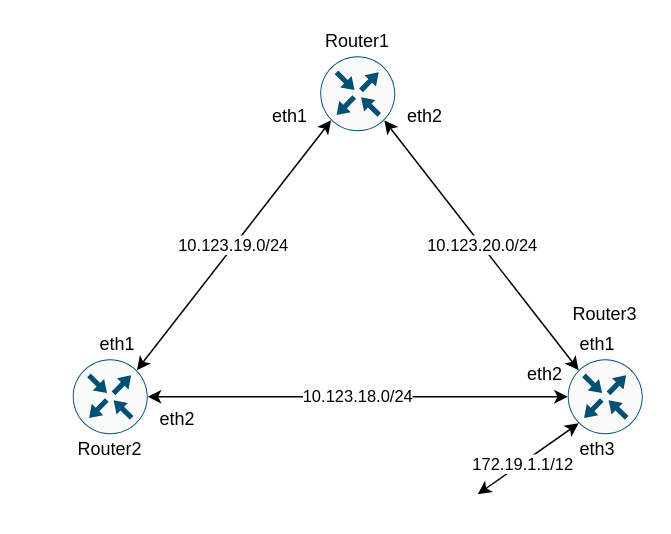
The draw.io diagram lesson24/scheme/ospf-net.drawio in AndreyAgafonov/OTUS, before the edit. Source tidied: cells renumbered, new cells numbered last; positions are measured from the earlier drawing's top-left corner, leaving out a move shared by most shapes. Both pictures are drawn from the tidied source at 150%, with x=0, y=0 at pixel (72, 26).
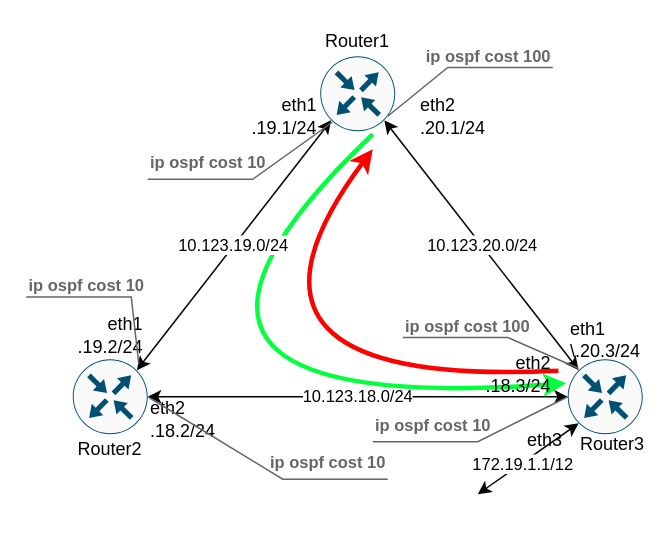
Above is the later version.

The change refers to these unchanged cells:
```xml
<mxCell id="2" style="points=[[0.5,0,0],[1,0.5,0],[0.5,1,0],[0,0.5,0],[0.145,0.145,0],[0.8555,0.145,0],[0.855,0.8555,0],[0.145,0.855,0]];verticalLabelPosition=bottom;html=1;verticalAlign=top;align=center;shape=mxgraph.cisco19.rect;prIcon=router;fillColor=#FAFAFA;strokeColor=#005073;" parent="1" vertex="1">
  <mxGeometry x="165" y="20" width="50" height="50" as="geometry" />
</mxCell>
<mxCell id="3" style="points=[[0.5,0,0],[1,0.5,0],[0.5,1,0],[0,0.5,0],[0.145,0.145,0],[0.8555,0.145,0],[0.855,0.8555,0],[0.145,0.855,0]];verticalLabelPosition=bottom;html=1;verticalAlign=top;align=center;shape=mxgraph.cisco19.rect;prIcon=router;fillColor=#FAFAFA;strokeColor=#005073;" parent="1" vertex="1">
  <mxGeometry x="330" y="222" width="50" height="50" as="geometry" />
</mxCell>
<mxCell id="4" style="points=[[0.5,0,0],[1,0.5,0],[0.5,1,0],[0,0.5,0],[0.145,0.145,0],[0.8555,0.145,0],[0.855,0.8555,0],[0.145,0.855,0]];verticalLabelPosition=bottom;html=1;verticalAlign=top;align=center;shape=mxgraph.cisco19.rect;prIcon=router;fillColor=#FAFAFA;strokeColor=#005073;" parent="1" vertex="1">
  <mxGeometry y="222" width="50" height="50" as="geometry" />
</mxCell>
```

Change to the diagram source:
```diff
@@
+    <mxCell id="15" value="eth3" style="text;html=1;strokeColor=none;fillColor=none;align=center;verticalAlign=middle;whiteSpace=wrap;rounded=0;" parent="1" vertex="1">
+      <mxGeometry x="295" y="265.5" width="40" height="20" as="geometry" />
+    </mxCell>
+    <mxCell id="19" style="html=1;labelBackgroundColor=#ffffff;endArrow=classic;endFill=1;endSize=6;jettySize=auto;strokeWidth=3;fontSize=14;exitX=1.07;exitY=0.38;exitDx=0;exitDy=0;exitPerimeter=0;curved=1;strokeColor=#FF0000;" parent="1" edge="1" source="11">
+      <mxGeometry relative="1" as="geometry">
+        <mxPoint x="200" y="82" as="targetPoint" />
+        <Array as="points">
+          <mxPoint x="80" y="242" />
+        </Array>
+      </mxGeometry>
+    </mxCell>
@@
-    <mxCell id="5" value="10.123.19.0/24" style="endArrow=classic;startArrow=classic;html=1;exitX=0.8555;exitY=0.145;exitDx=0;exitDy=0;exitPerimeter=0;entryX=0.145;entryY=0.855;entryDx=0;entryDy=0;entryPerimeter=0;" parent="1" edge="1" source="4" target="2">
-      <mxGeometry relative="1" as="geometry" />
-    </mxCell>
@@
-    <mxCell id="9" value="eth1" style="text;html=1;strokeColor=none;fillColor=none;align=center;verticalAlign=middle;whiteSpace=wrap;rounded=0;" parent="1" vertex="1">
-      <mxGeometry x="10" y="202" width="40" height="20" as="geometry" />
+    <mxCell id="9" value="eth1&lt;br&gt;.19.2/24" style="text;html=1;strokeColor=none;fillColor=none;align=right;verticalAlign=middle;whiteSpace=wrap;rounded=0;" parent="1" vertex="1">
+      <mxGeometry x="9" y="196" width="40" height="20" as="geometry" />
     </mxCell>
-    <mxCell id="10" value="eth2" style="text;html=1;strokeColor=none;fillColor=none;align=center;verticalAlign=middle;whiteSpace=wrap;rounded=0;" parent="1" vertex="1">
+    <mxCell id="10" value="eth2&lt;br&gt;.18.2/24" style="text;html=1;strokeColor=none;fillColor=none;align=left;verticalAlign=middle;whiteSpace=wrap;rounded=0;" parent="1" vertex="1">
       <mxGeometry x="50" y="252" width="40" height="20" as="geometry" />
     </mxCell>
-    <mxCell id="11" value="eth2" style="text;html=1;strokeColor=none;fillColor=none;align=center;verticalAlign=middle;whiteSpace=wrap;rounded=0;" parent="1" vertex="1">
-      <mxGeometry x="295" y="222" width="40" height="20" as="geometry" />
-    </mxCell>
-    <mxCell id="12" value="eth1" style="text;html=1;strokeColor=none;fillColor=none;align=center;verticalAlign=middle;whiteSpace=wrap;rounded=0;" parent="1" vertex="1">
-      <mxGeometry x="330" y="202" width="40" height="20" as="geometry" />
+    <mxCell id="12" value="eth1&lt;br&gt;&lt;div&gt;&lt;span&gt;\.20.3/24&lt;/span&gt;&lt;/div&gt;" style="text;html=1;strokeColor=none;fillColor=none;align=left;verticalAlign=middle;whiteSpace=wrap;rounded=0;" parent="1" vertex="1">
+      <mxGeometry x="330" y="199" width="40" height="20" as="geometry" />
     </mxCell>
-    <mxCell id="13" value="eth2" style="text;html=1;strokeColor=none;fillColor=none;align=center;verticalAlign=middle;whiteSpace=wrap;rounded=0;" parent="1" vertex="1">
-      <mxGeometry x="215" y="50" width="40" height="20" as="geometry" />
+    <mxCell id="13" value="eth2&lt;br&gt;.20.1/24" style="text;html=1;strokeColor=none;fillColor=none;align=left;verticalAlign=middle;whiteSpace=wrap;rounded=0;" parent="1" vertex="1">
+      <mxGeometry x="230" y="50" width="40" height="20" as="geometry" />
     </mxCell>
-    <mxCell id="14" value="eth1" style="text;html=1;strokeColor=none;fillColor=none;align=center;verticalAlign=middle;whiteSpace=wrap;rounded=0;" parent="1" vertex="1">
+    <mxCell id="14" value="eth1&lt;br&gt;.19.1/24" style="text;html=1;strokeColor=none;fillColor=none;align=right;verticalAlign=middle;whiteSpace=wrap;rounded=0;" parent="1" vertex="1">
       <mxGeometry x="125" y="50" width="40" height="20" as="geometry" />
     </mxCell>
-    <mxCell id="15" value="eth3" style="text;html=1;strokeColor=none;fillColor=none;align=center;verticalAlign=middle;whiteSpace=wrap;rounded=0;" parent="1" vertex="1">
-      <mxGeometry x="330" y="272" width="40" height="20" as="geometry" />
-    </mxCell>
@@
     <mxCell id="18" value="Router3" style="text;html=1;strokeColor=none;fillColor=none;align=center;verticalAlign=middle;whiteSpace=wrap;rounded=0;" parent="1" vertex="1">
-      <mxGeometry x="335" y="182" width="40" height="20" as="geometry" />
+      <mxGeometry x="340" y="268.5" width="40" height="20" as="geometry" />
     </mxCell>
+    <mxCell id="20" value="&lt;font style=&quot;font-size: 11px&quot;&gt;&lt;b&gt;ip ospf cost 100&lt;/b&gt;&lt;/font&gt;" style="strokeWidth=1;shadow=0;dashed=0;align=center;html=1;shape=mxgraph.mockup.text.callout;linkText=;textSize=17;textColor=#666666;callDir=NE;callStyle=line;fontSize=17;fontColor=#666666;align=right;verticalAlign=top;strokeColor=#666666;" parent="1" vertex="1">
+      <mxGeometry x="210" y="2" width="110" height="58" as="geometry" />
+    </mxCell>
+    <mxCell id="21" value="&lt;font style=&quot;font-size: 11px&quot;&gt;ip ospf cost 100&lt;/font&gt;" style="strokeWidth=1;shadow=0;dashed=0;align=center;html=1;shape=mxgraph.mockup.text.callout;linkText=;textSize=17;textColor=#666666;callDir=NW;callStyle=line;fontSize=17;fontColor=#666666;align=left;verticalAlign=top;strokeColor=#666666;fontStyle=1;" parent="1" vertex="1">
+      <mxGeometry x="220" y="182" width="117" height="46" as="geometry" />
+    </mxCell>
+    <mxCell id="22" style="html=1;labelBackgroundColor=#ffffff;endArrow=classic;endFill=1;jettySize=auto;strokeWidth=3;fontSize=14;entryX=-0.02;entryY=0.32;entryDx=0;entryDy=0;entryPerimeter=0;curved=1;strokeColor=#03FF3D;" parent="1" edge="1" target="3">
+      <mxGeometry relative="1" as="geometry">
+        <mxPoint x="200" y="72" as="sourcePoint" />
+        <Array as="points">
+          <mxPoint y="262" />
+        </Array>
+      </mxGeometry>
+    </mxCell>
+    <mxCell id="11" value="eth2&lt;br&gt;.18.3/24" style="text;html=1;strokeColor=none;fillColor=none;align=right;verticalAlign=middle;whiteSpace=wrap;rounded=0;" parent="1" vertex="1">
+      <mxGeometry x="281" y="222" width="40" height="20" as="geometry" />
+    </mxCell>
+    <mxCell id="5" value="10.123.19.0/24" style="endArrow=classic;startArrow=classic;html=1;exitX=0.8555;exitY=0.145;exitDx=0;exitDy=0;exitPerimeter=0;entryX=0.145;entryY=0.855;entryDx=0;entryDy=0;entryPerimeter=0;" parent="1" edge="1" source="4" target="2">
+      <mxGeometry relative="1" as="geometry" />
+    </mxCell>
+    <mxCell id="23" value="&lt;b style=&quot;font-size: 11px&quot;&gt;ip ospf cost 10&lt;/b&gt;" style="strokeWidth=1;shadow=0;dashed=0;align=center;html=1;shape=mxgraph.mockup.text.callout;linkText=;textSize=17;textColor=#666666;callDir=SE;callStyle=line;fontSize=17;fontColor=#666666;align=right;verticalAlign=bottom;strokeColor=#666666;fillColor=none;" parent="1" vertex="1">
+      <mxGeometry x="50" y="247" width="160" height="55" as="geometry" />
+    </mxCell>
+    <mxCell id="24" value="&lt;b style=&quot;font-size: 11px ; text-align: right&quot;&gt;ip ospf cost 10&lt;/b&gt;" style="strokeWidth=1;shadow=0;dashed=0;align=center;html=1;shape=mxgraph.mockup.text.callout;linkText=;textSize=17;textColor=#666666;callDir=SW;callStyle=line;fontSize=17;fontColor=#666666;align=left;verticalAlign=bottom;strokeColor=#666666;fillColor=none;" parent="1" vertex="1">
+      <mxGeometry x="200" y="247" width="130" height="30" as="geometry" />
+    </mxCell>
+    <mxCell id="25" value="&lt;b style=&quot;font-size: 11px ; text-align: right&quot;&gt;ip ospf cost 10&lt;/b&gt;" style="strokeWidth=1;shadow=0;dashed=0;align=center;html=1;shape=mxgraph.mockup.text.callout;linkText=;textSize=17;textColor=#666666;callDir=NW;callStyle=line;fontSize=17;fontColor=#666666;align=left;verticalAlign=top;strokeColor=#666666;fillColor=none;" parent="1" vertex="1">
+      <mxGeometry x="-31" y="155" width="75" height="70" as="geometry" />
+    </mxCell>
+    <mxCell id="26" value="&lt;b style=&quot;font-size: 11px ; text-align: right&quot;&gt;ip ospf cost 10&lt;/b&gt;" style="strokeWidth=1;shadow=0;dashed=0;align=center;html=1;shape=mxgraph.mockup.text.callout;linkText=;textSize=17;textColor=#666666;callDir=SW;callStyle=line;fontSize=17;fontColor=#666666;align=left;verticalAlign=bottom;strokeColor=#666666;fillColor=none;" parent="1" vertex="1">
+      <mxGeometry x="50" y="64" width="123" height="38" as="geometry" />
+    </mxCell>
```
